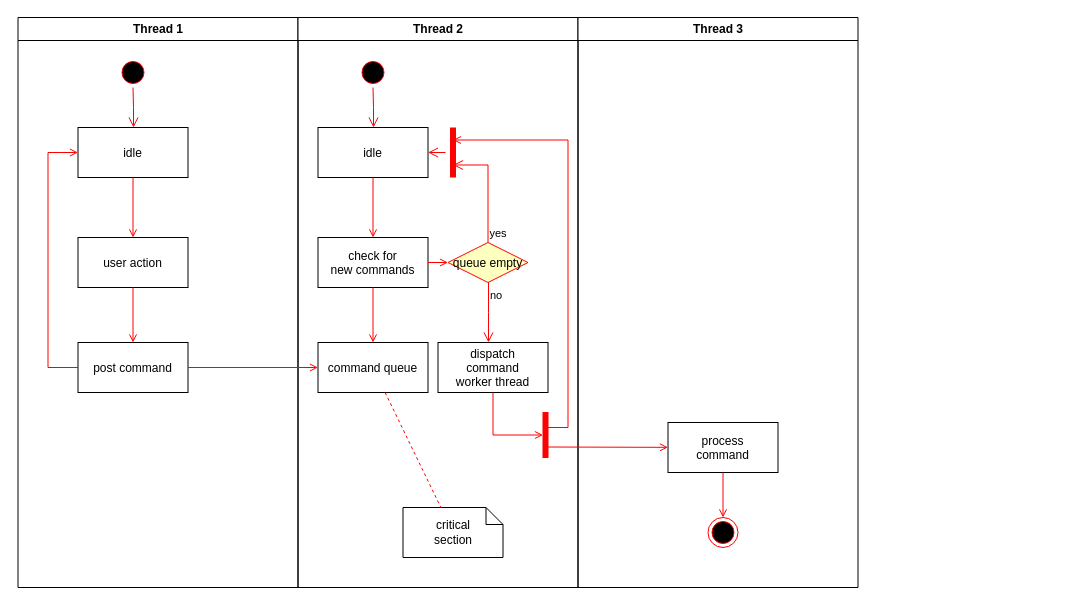
This is Untitled Diagram.drawio from oxdavid/szgame, a draw.io file, before an edit. Source tidied: cells renumbered, new cells numbered last; positions are measured from the earlier drawing's top-left corner, leaving out a move shared by most shapes. Both pictures are drawn from the tidied source at 100%, with x=0, y=0 at pixel (17, 17).
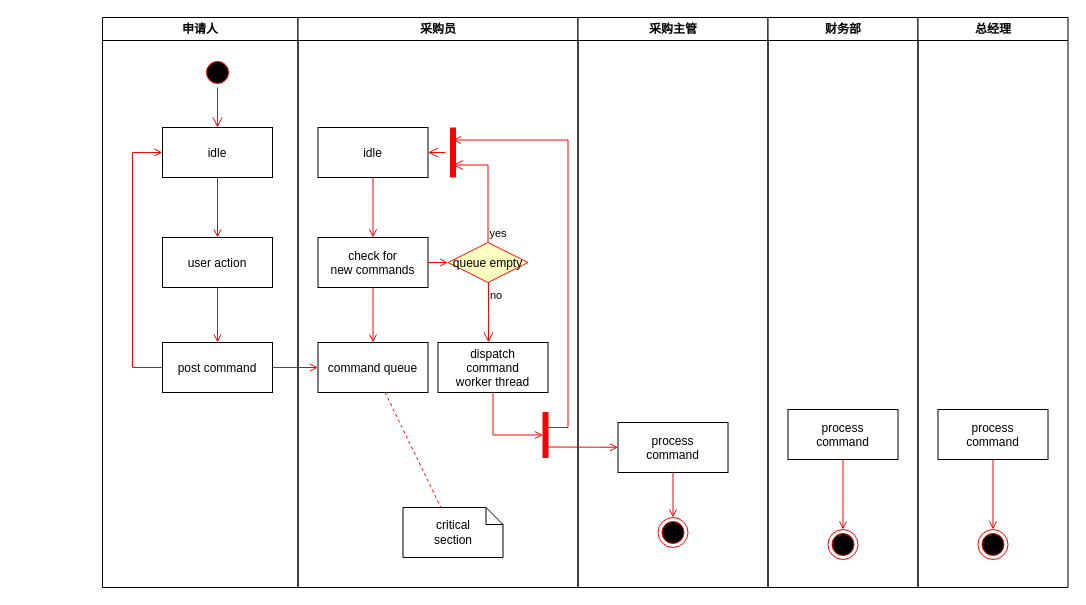
Above is the later version.

Commit message:
采购申请流程

The change refers to these unchanged cells:
```xml
<mxCell id="14" value="idle" parent="11" vertex="1">
  <mxGeometry x="20" y="110" width="110" height="50" as="geometry" />
</mxCell>
```

Diff of the diagram source:
```diff
@@
-    <mxCell id="2" value="Thread 1" style="swimlane;whiteSpace=wrap;" parent="1" vertex="1">
-      <mxGeometry x="0.5" width="280" height="570" as="geometry" />
+    <mxCell id="2" value="申请人" style="swimlane;whiteSpace=wrap;" parent="1" vertex="1">
+      <mxGeometry x="85" width="195.5" height="570" as="geometry" />
     </mxCell>
@@
-    <mxCell id="11" value="Thread 2" style="swimlane;whiteSpace=wrap;" parent="1" vertex="1">
+    <mxCell id="11" value="采购员" style="swimlane;whiteSpace=wrap;" parent="1" vertex="1">
       <mxGeometry x="280.5" width="280" height="570" as="geometry" />
     </mxCell>
-    <mxCell id="12" style="ellipse;shape=startState;fillColor=#000000;strokeColor=#ff0000;" parent="11" vertex="1">
-      <mxGeometry x="60" y="40" width="30" height="30" as="geometry" />
-    </mxCell>
-    <mxCell id="13" style="edgeStyle=elbowEdgeStyle;elbow=horizontal;verticalAlign=bottom;endArrow=open;endSize=8;strokeColor=#FF0000;endFill=1;rounded=0;" parent="11" edge="1" source="12" target="14">
-      <mxGeometry x="40" y="20" as="geometry" />
-    </mxCell>
@@
-    <mxCell id="30" value="Thread 3" style="swimlane;whiteSpace=wrap;" parent="1" vertex="1">
-      <mxGeometry x="560.5" width="280" height="570" as="geometry" />
+    <mxCell id="30" value="采购主管" style="swimlane;whiteSpace=wrap;" parent="1" vertex="1">
+      <mxGeometry x="560.5" width="190" height="570" as="geometry" />
     </mxCell>
     <mxCell id="31" value="process&#10;command" parent="30" vertex="1">
-      <mxGeometry x="90" y="405" width="110" height="50" as="geometry" />
+      <mxGeometry x="40" y="405" width="110" height="50" as="geometry" />
     </mxCell>
@@
     <mxCell id="34" style="ellipse;shape=endState;fillColor=#000000;strokeColor=#ff0000;" parent="30" vertex="1">
-      <mxGeometry x="130" y="500" width="30" height="30" as="geometry" />
+      <mxGeometry x="80" y="500" width="30" height="30" as="geometry" />
     </mxCell>
@@
+    <mxCell id="37" value="财务部" style="swimlane;whiteSpace=wrap;" parent="1" vertex="1">
+      <mxGeometry x="750.5" width="150" height="570" as="geometry" />
+    </mxCell>
+    <mxCell id="38" value="process&#10;command" parent="37" vertex="1">
+      <mxGeometry x="20" y="392" width="110" height="50" as="geometry" />
+    </mxCell>
+    <mxCell id="39" style="ellipse;shape=endState;fillColor=#000000;strokeColor=#ff0000;" parent="37" vertex="1">
+      <mxGeometry x="60" y="512" width="30" height="30" as="geometry" />
+    </mxCell>
+    <mxCell id="40" style="endArrow=open;strokeColor=#FF0000;endFill=1;rounded=0;" parent="37" edge="1" source="38">
+      <mxGeometry relative="1" as="geometry">
+        <mxPoint x="75" y="512" as="targetPoint" />
+      </mxGeometry>
+    </mxCell>
+    <mxCell id="41" value="总经理" style="swimlane;whiteSpace=wrap;" parent="1" vertex="1">
+      <mxGeometry x="900.5" width="150" height="570" as="geometry" />
+    </mxCell>
+    <mxCell id="42" value="process&#10;command" parent="41" vertex="1">
+      <mxGeometry x="20" y="392" width="110" height="50" as="geometry" />
+    </mxCell>
+    <mxCell id="43" style="ellipse;shape=endState;fillColor=#000000;strokeColor=#ff0000;" parent="41" vertex="1">
+      <mxGeometry x="60" y="512" width="30" height="30" as="geometry" />
+    </mxCell>
+    <mxCell id="44" style="endArrow=open;strokeColor=#FF0000;endFill=1;rounded=0;" parent="41" edge="1" source="42">
+      <mxGeometry relative="1" as="geometry">
+        <mxPoint x="75" y="512" as="targetPoint" />
+      </mxGeometry>
+    </mxCell>
```
